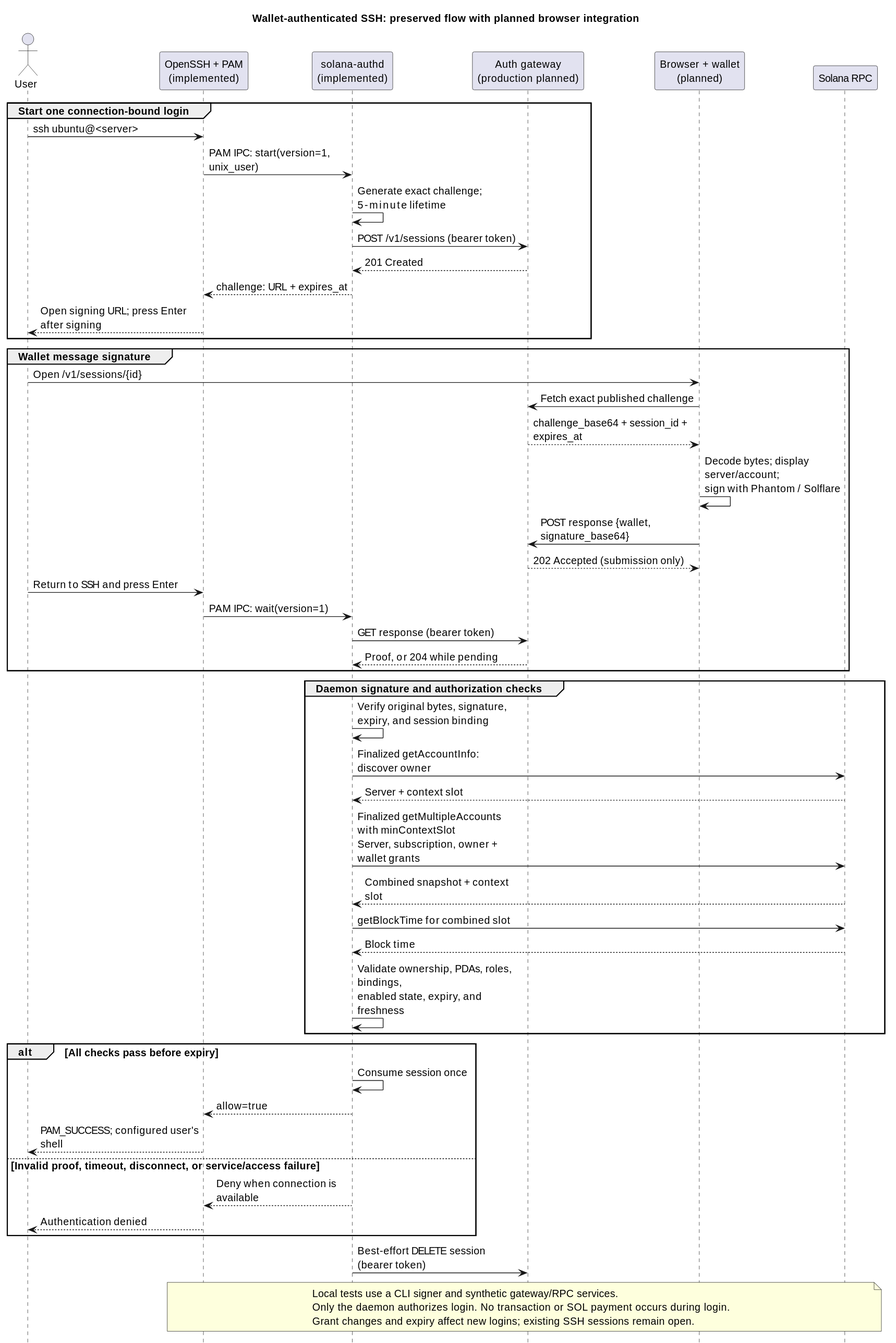
Before: docs/diagrams/ssh-login.svg, a diagram exported from PlantUML (Tarat0r/solana-vps-platform).
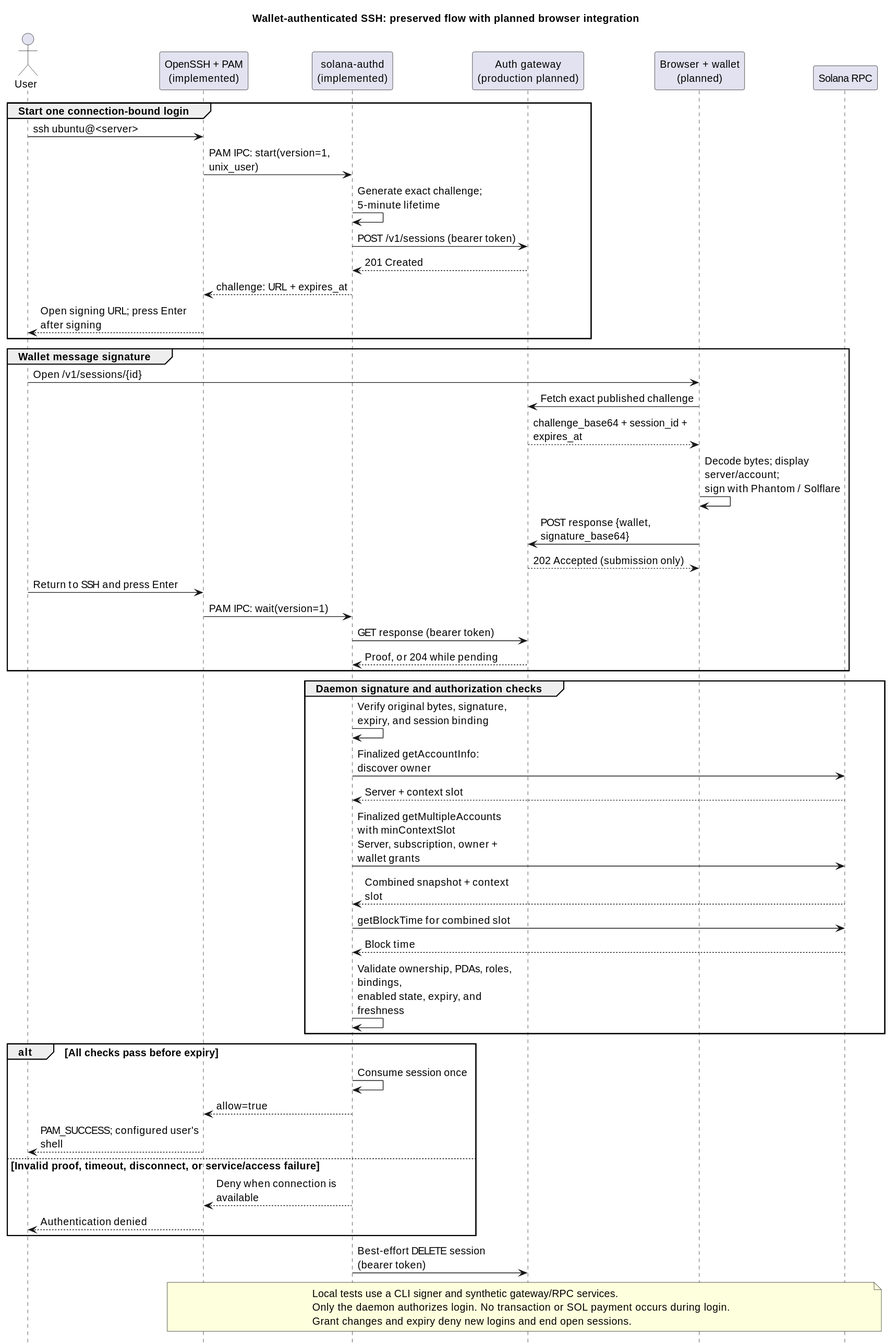
Above is the later version.

Diff of the diagram source:
```diff
@@ -16,7 +16,7 @@
 group Start one connection-bound login
   User -> SSH : ssh ubuntu@<server>
   SSH -> AuthD : PAM IPC: start(version=1, unix_user)
-  AuthD -> AuthD : Generate exact challenge; 90-second lifetime
+  AuthD -> AuthD : Generate exact challenge; 5-minute lifetime
   AuthD -> Gateway : POST /v1/sessions (bearer token)
   Gateway --> AuthD : 201 Created
   AuthD --> SSH : challenge: URL + expires_at
@@ -60,6 +60,6 @@
 note over SSH, RPC
   Local tests use a CLI signer and synthetic gateway/RPC services.
   Only the daemon authorizes login. No transaction or SOL payment occurs during login.
-  Grant changes and expiry affect new logins; existing SSH sessions remain open.
+  Grant changes and expiry deny new logins and end open sessions.
 end note
 @enduml
```
